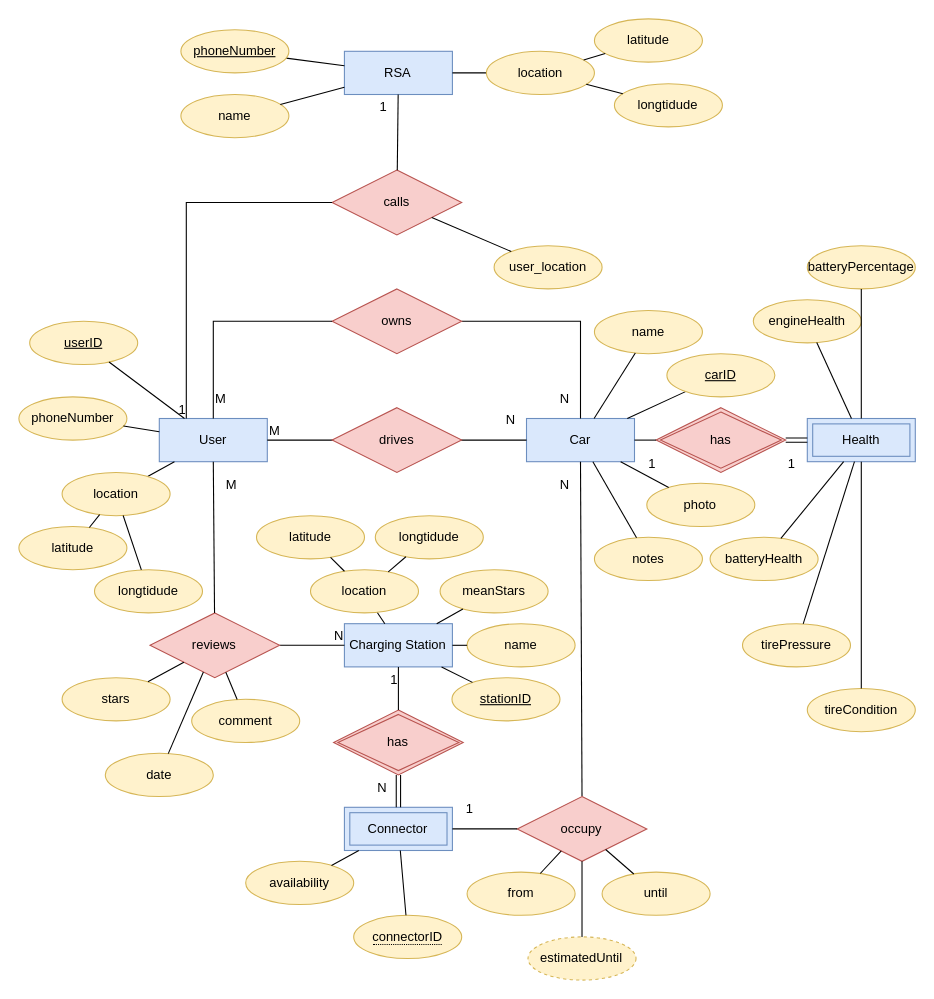
Above: EVPoint ERdiagram.drawio in johnkouk469/DatabasesCourse2021 (draw.io), before the change. Source tidied: cells renumbered, new cells numbered last; positions are measured from the earlier drawing's top-left corner, leaving out a move shared by most shapes. Both pictures are drawn from the tidied source at 108%, with x=0, y=0 at pixel (18, 18).
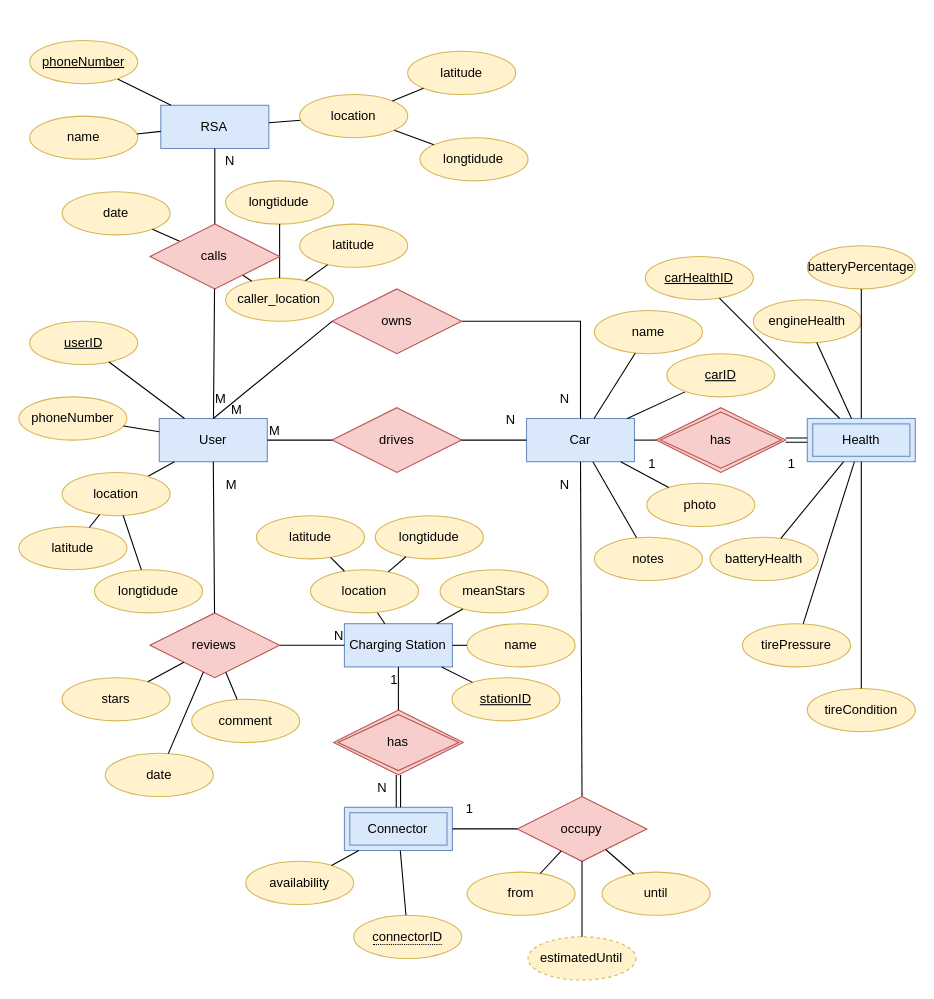
Above is the later version.

The change refers to these unchanged cells:
```xml
<mxCell id="2" value="User" style="whiteSpace=wrap;html=1;align=center;fillColor=#dae8fc;strokeColor=#6c8ebf;" parent="1" vertex="1">
  <mxGeometry x="130" y="370" width="100" height="40" as="geometry" />
</mxCell>
<mxCell id="11" value="owns" style="shape=rhombus;perimeter=rhombusPerimeter;whiteSpace=wrap;html=1;align=center;fillColor=#f8cecc;strokeColor=#b85450;" parent="1" vertex="1">
  <mxGeometry x="290" y="250" width="120" height="60" as="geometry" />
</mxCell>
<mxCell id="23" value="Health" style="shape=ext;margin=3;double=1;whiteSpace=wrap;html=1;align=center;fillColor=#dae8fc;strokeColor=#6c8ebf;" parent="1" vertex="1">
  <mxGeometry x="730" y="370" width="100" height="40" as="geometry" />
</mxCell>
```

Diff of the diagram source:
```diff
@@
     <mxCell id="12" style="endArrow=none;html=1;rounded=0;exitX=0.5;exitY=0;exitDx=0;exitDy=0;entryX=0;entryY=0.5;entryDx=0;entryDy=0;" parent="1" edge="1" source="2" target="11">
-      <mxGeometry relative="1" as="geometry">
-        <Array as="points">
-          <mxPoint x="180" y="280" />
-        </Array>
-      </mxGeometry>
+      <mxGeometry relative="1" as="geometry" />
     </mxCell>
@@
     <mxCell id="34" value="RSA" style="whiteSpace=wrap;html=1;align=center;fillColor=#dae8fc;strokeColor=#6c8ebf;" parent="1" vertex="1">
-      <mxGeometry x="301.4" y="30" width="100" height="40" as="geometry" />
+      <mxGeometry x="131.4" y="80" width="100" height="40" as="geometry" />
     </mxCell>
-    <mxCell id="35" value="calls" style="shape=rhombus;perimeter=rhombusPerimeter;whiteSpace=wrap;html=1;align=center;fillColor=#f8cecc;strokeColor=#b85450;" parent="1" vertex="1">
-      <mxGeometry x="290" y="140" width="120" height="60" as="geometry" />
-    </mxCell>
-    <mxCell id="36" style="endArrow=none;html=1;rounded=0;" parent="1" edge="1" source="35" target="34">
-      <mxGeometry relative="1" as="geometry" />
-    </mxCell>
-    <mxCell id="37" value="1" style="html=1;align=right;verticalAlign=bottom;" parent="36" vertex="1">
-      <mxGeometry x="1" relative="1" as="geometry">
-        <mxPoint x="-10" y="20" as="offset" />
-      </mxGeometry>
-    </mxCell>
@@
-    <mxCell id="46" style="endArrow=none;html=1;rounded=0;entryX=0.25;entryY=0;entryDx=0;entryDy=0;" parent="1" edge="1" source="35" target="2">
-      <mxGeometry relative="1" as="geometry">
-        <Array as="points">
-          <mxPoint x="155" y="170" />
-        </Array>
-      </mxGeometry>
-    </mxCell>
-    <mxCell id="47" value="1" style="html=1;align=right;verticalAlign=bottom;" parent="46" vertex="1">
-      <mxGeometry x="1" relative="1" as="geometry" />
-    </mxCell>
-    <mxCell id="48" value="user_location" style="ellipse;whiteSpace=wrap;html=1;align=center;fillColor=#fff2cc;strokeColor=#d6b656;" parent="1" vertex="1">
-      <mxGeometry x="440" y="210" width="100" height="40" as="geometry" />
+    <mxCell id="48" value="caller_location" style="ellipse;whiteSpace=wrap;html=1;align=center;fillColor=#fff2cc;strokeColor=#d6b656;" parent="1" vertex="1">
+      <mxGeometry x="191.4" y="240" width="100" height="40" as="geometry" />
     </mxCell>
@@
     <mxCell id="83" value="name" style="ellipse;whiteSpace=wrap;html=1;align=center;fillColor=#fff2cc;strokeColor=#d6b656;" parent="1" vertex="1">
-      <mxGeometry x="150" y="70" width="100" height="40" as="geometry" />
+      <mxGeometry x="10" y="90" width="100" height="40" as="geometry" />
     </mxCell>
@@
     <mxCell id="90" value="location" style="ellipse;whiteSpace=wrap;html=1;align=center;fillColor=#fff2cc;strokeColor=#d6b656;" parent="1" vertex="1">
-      <mxGeometry x="432.9" y="30" width="100" height="40" as="geometry" />
+      <mxGeometry x="260" y="70" width="100" height="40" as="geometry" />
     </mxCell>
-    <mxCell id="91" value="latitude" style="ellipse;whiteSpace=wrap;html=1;align=center;fillColor=#fff2cc;strokeColor=#d6b656;" parent="1" vertex="1">
-      <mxGeometry x="532.9" width="100" height="40" as="geometry" />
+    <mxCell id="91" value="latitude" style="ellipse;whiteSpace=wrap;html=1;align=center;fillColor=#fff2cc;strokeColor=#d6b656;fontStyle=0;" parent="1" vertex="1">
+      <mxGeometry x="360" y="30" width="100" height="40" as="geometry" />
     </mxCell>
     <mxCell id="92" value="longtidude" style="ellipse;whiteSpace=wrap;html=1;align=center;fillColor=#fff2cc;strokeColor=#d6b656;" parent="1" vertex="1">
-      <mxGeometry x="551.4" y="60" width="100" height="40" as="geometry" />
+      <mxGeometry x="371.4" y="110" width="100" height="40" as="geometry" />
     </mxCell>
@@
     <mxCell id="107" value="phoneNumber" style="ellipse;whiteSpace=wrap;html=1;align=center;fontStyle=4;fillColor=#fff2cc;strokeColor=#d6b656;" parent="1" vertex="1">
-      <mxGeometry x="150" y="10" width="100" height="40" as="geometry" />
+      <mxGeometry x="10" y="20" width="100" height="40" as="geometry" />
     </mxCell>
@@
+    <mxCell id="110" value="latitude" style="ellipse;whiteSpace=wrap;html=1;align=center;fillColor=#fff2cc;strokeColor=#d6b656;" parent="1" vertex="1">
+      <mxGeometry x="260" y="190" width="100" height="40" as="geometry" />
+    </mxCell>
+    <mxCell id="111" value="longtidude" style="ellipse;whiteSpace=wrap;html=1;align=center;fillColor=#fff2cc;strokeColor=#d6b656;" parent="1" vertex="1">
+      <mxGeometry x="191.4" y="150" width="100" height="40" as="geometry" />
+    </mxCell>
+    <mxCell id="112" style="endArrow=none;html=1;rounded=0;" parent="1" edge="1" source="110" target="48">
+      <mxGeometry relative="1" as="geometry" />
+    </mxCell>
+    <mxCell id="113" style="endArrow=none;html=1;rounded=0;" parent="1" edge="1" source="48" target="111">
+      <mxGeometry relative="1" as="geometry" />
+    </mxCell>
+    <mxCell id="114" value="date" style="ellipse;whiteSpace=wrap;html=1;align=center;fillColor=#fff2cc;strokeColor=#d6b656;" parent="1" vertex="1">
+      <mxGeometry x="40" y="160" width="100" height="40" as="geometry" />
+    </mxCell>
+    <mxCell id="115" style="endArrow=none;html=1;rounded=0;" parent="1" edge="1" source="35" target="114">
+      <mxGeometry relative="1" as="geometry" />
+    </mxCell>
+    <mxCell id="36" style="endArrow=none;html=1;rounded=0;startArrow=none;" parent="1" edge="1" source="35" target="34">
+      <mxGeometry relative="1" as="geometry" />
+    </mxCell>
+    <mxCell id="116" value="N" style="html=1;align=right;verticalAlign=bottom;" parent="36" vertex="1">
+      <mxGeometry x="1" relative="1" as="geometry">
+        <mxPoint x="19" y="20" as="offset" />
+      </mxGeometry>
+    </mxCell>
+    <mxCell id="35" value="calls" style="shape=rhombus;perimeter=rhombusPerimeter;whiteSpace=wrap;html=1;align=center;fillColor=#f8cecc;strokeColor=#b85450;" parent="1" vertex="1">
+      <mxGeometry x="121.4" y="190" width="120" height="60" as="geometry" />
+    </mxCell>
+    <mxCell id="117" style="endArrow=none;html=1;rounded=0;" parent="1" edge="1" source="2" target="35">
+      <mxGeometry relative="1" as="geometry" />
+    </mxCell>
+    <mxCell id="118" value="M" style="html=1;align=left;verticalAlign=bottom;" parent="117" vertex="1">
+      <mxGeometry x="-1" relative="1" as="geometry">
+        <mxPoint x="15" as="offset" />
+      </mxGeometry>
+    </mxCell>
+    <mxCell id="119" value="carHealthID" style="ellipse;whiteSpace=wrap;html=1;align=center;fontStyle=4;fillColor=#fff2cc;strokeColor=#d6b656;" parent="1" vertex="1">
+      <mxGeometry x="580" y="220" width="100" height="40" as="geometry" />
+    </mxCell>
+    <mxCell id="120" style="endArrow=none;html=1;rounded=0;" parent="1" edge="1" source="119" target="23">
+      <mxGeometry relative="1" as="geometry" />
+    </mxCell>
```
